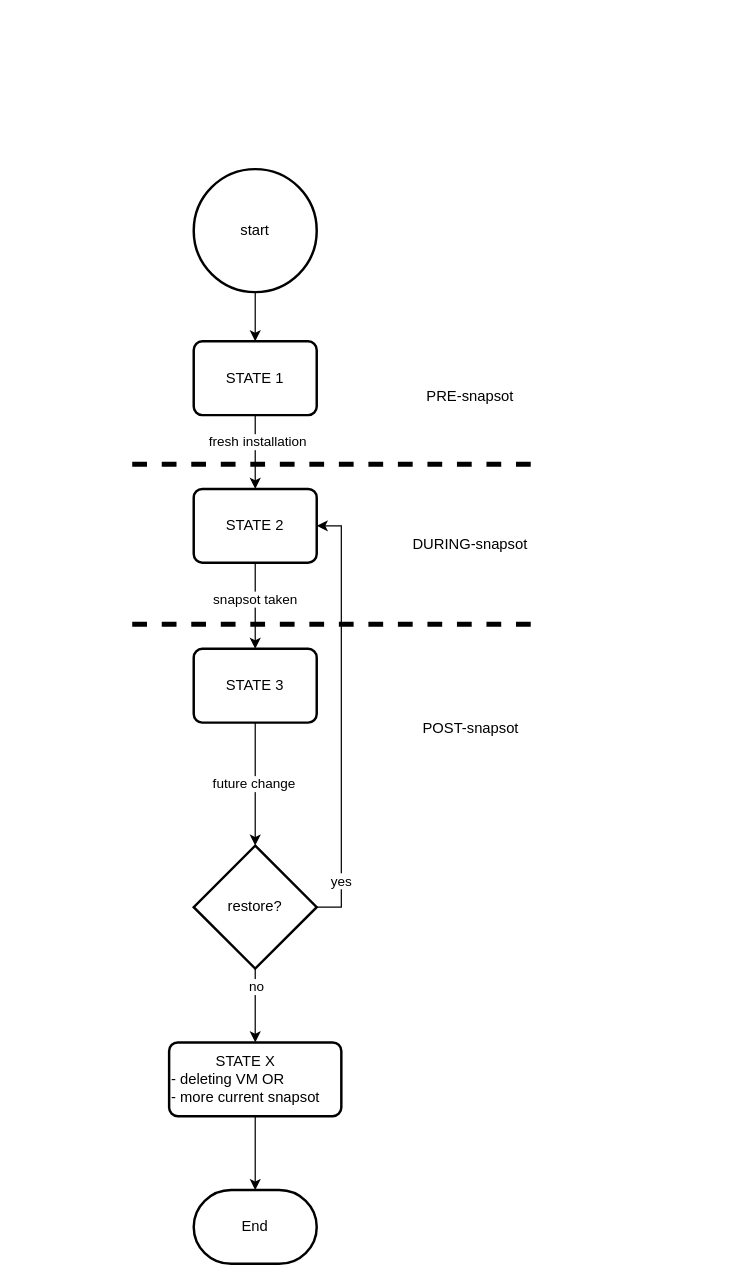
Before: the-operation.drawio in troders34/software, a draw.io diagram. Source tidied: cells renumbered, new cells numbered last; positions are measured from the earlier drawing's top-left corner, leaving out a move shared by most shapes. Both pictures are drawn from the tidied source at 123%, with x=0, y=0 at pixel (132, 169).
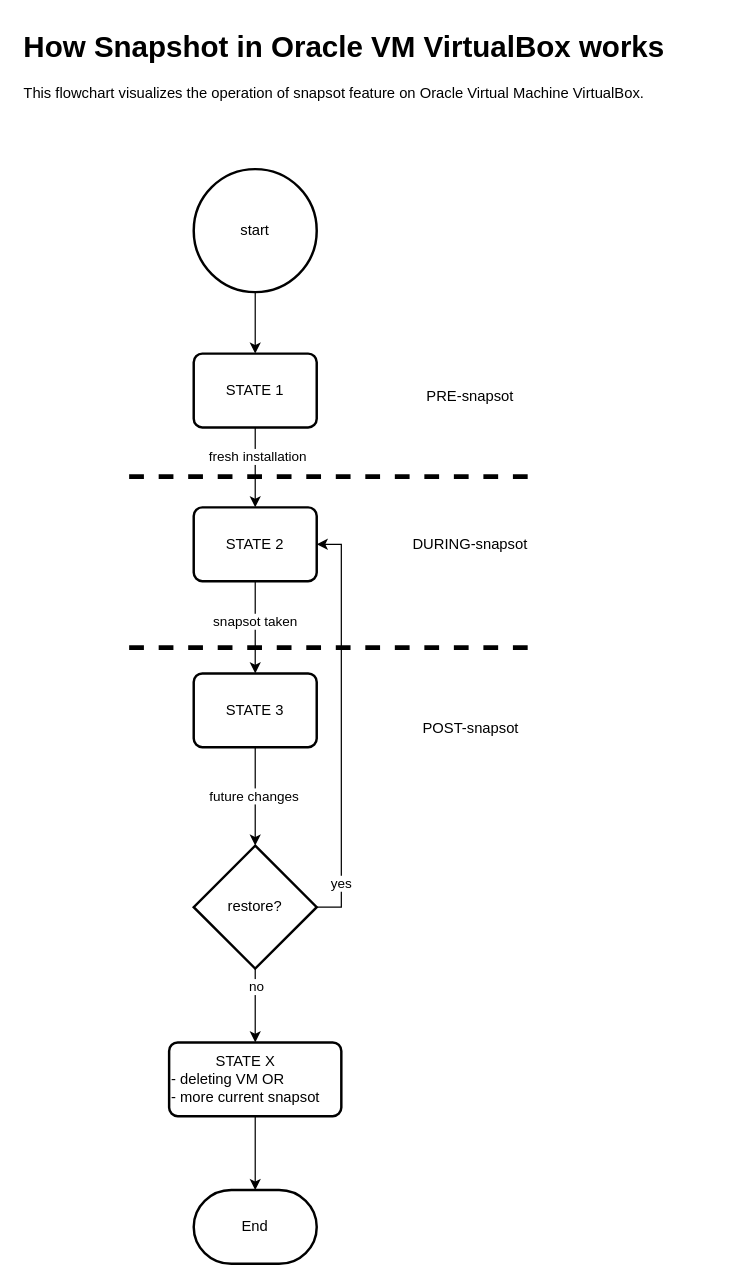
Above is the later version.

The change refers to these unchanged cells:
```xml
<mxCell id="11" style="edgeStyle=orthogonalEdgeStyle;rounded=0;jettySize=auto;html=1;exitX=0.5;exitY=1;exitDx=0;exitDy=0;entryX=0.5;entryY=0;entryDx=0;entryDy=0;entryPerimeter=0;" parent="1" edge="1" source="5" target="10">
  <mxGeometry relative="1" as="geometry" />
</mxCell>
```

Diff of the diagram source:
```diff
@@
     <mxCell id="4" value="STATE 2" style="rounded=1;whiteSpace=wrap;html=1;absoluteArcSize=1;arcSize=14;strokeWidth=2;" parent="1" vertex="1">
-      <mxGeometry x="50" y="260" width="100" height="60" as="geometry" />
+      <mxGeometry x="50" y="275" width="100" height="60" as="geometry" />
     </mxCell>
     <mxCell id="5" value="STATE 3" style="rounded=1;whiteSpace=wrap;html=1;absoluteArcSize=1;arcSize=14;strokeWidth=2;" parent="1" vertex="1">
-      <mxGeometry x="50" y="390" width="100" height="60" as="geometry" />
+      <mxGeometry x="50" y="410" width="100" height="60" as="geometry" />
     </mxCell>
@@
-    <mxCell id="12" value="future change" style="edgeLabel;html=1;align=center;verticalAlign=middle;" parent="11" vertex="1">
+    <mxCell id="12" value="future changes" style="edgeLabel;html=1;align=center;verticalAlign=middle;" parent="11" vertex="1">
       <mxGeometry x="-0.02" y="-2" relative="1" as="geometry" />
     </mxCell>
     <mxCell id="13" style="endArrow=none;dashed=1;html=1;rounded=0;strokeWidth=4;" parent="1" edge="1">
       <mxGeometry relative="1" as="geometry">
-        <mxPoint y="240" as="sourcePoint" />
-        <mxPoint x="330" y="240" as="targetPoint" />
+        <mxPoint x="-2.5" y="250" as="sourcePoint" />
+        <mxPoint x="327.5" y="250" as="targetPoint" />
       </mxGeometry>
     </mxCell>
@@
     <mxCell id="16" value="STATE 1" style="rounded=1;whiteSpace=wrap;html=1;absoluteArcSize=1;arcSize=14;strokeWidth=2;" parent="1" vertex="1">
-      <mxGeometry x="50" y="140" width="100" height="60" as="geometry" />
+      <mxGeometry x="50" y="150" width="100" height="60" as="geometry" />
     </mxCell>
     <mxCell id="17" style="endArrow=none;dashed=1;html=1;rounded=0;strokeWidth=4;" parent="1" edge="1">
       <mxGeometry relative="1" as="geometry">
-        <mxPoint y="370" as="sourcePoint" />
-        <mxPoint x="330" y="370" as="targetPoint" />
+        <mxPoint x="-2.5" y="389" as="sourcePoint" />
+        <mxPoint x="327.5" y="389" as="targetPoint" />
       </mxGeometry>
     </mxCell>
@@
+    <mxCell id="26" value="&lt;h1 style=&quot;margin-top: 0px;&quot;&gt;How Snapshot in Oracle VM VirtualBox works&lt;/h1&gt;&lt;p&gt;This flowchart visualizes the operation of snapsot feature on Oracle Virtual Machine VirtualBox.&lt;/p&gt;" style="text;html=1;whiteSpace=wrap;overflow=hidden;rounded=0;" parent="1" vertex="1">
+      <mxGeometry x="-90" y="-120" width="560" height="120" as="geometry" />
+    </mxCell>
```
